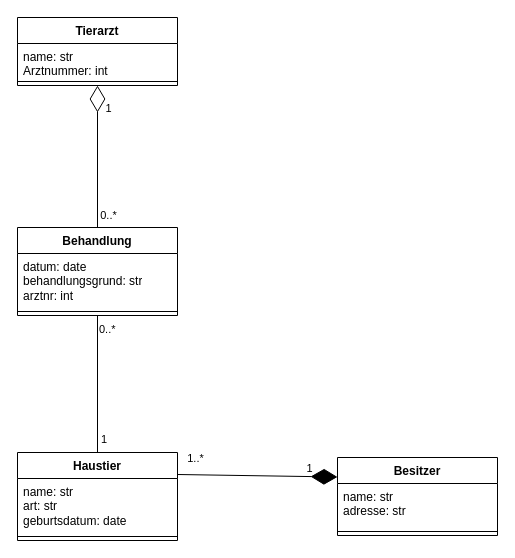
This is AufgabeTierarztKH05_08_25.drawio from Odin2325/TQ5Juli, a draw.io file, before an edit. Source tidied: cells renumbered, new cells numbered last; positions are measured from the earlier drawing's top-left corner, leaving out a move shared by most shapes. Both pictures are drawn from the tidied source at 100%, with x=0, y=0 at pixel (17, 17).
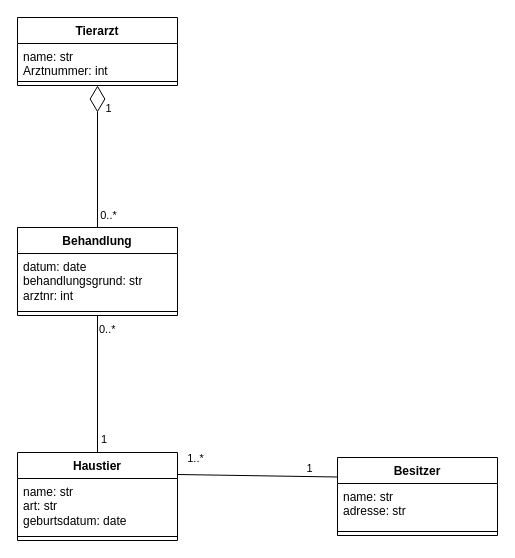
The same diagram, later.

Commit message:
Anpassung AufgabeTierarztKH05_08_25

Unchanged cells that the change refers to:
```xml
<mxCell id="8" value="Haustier" style="swimlane;fontStyle=1;align=center;verticalAlign=top;horizontal=1;startSize=26;whiteSpace=wrap;html=1;" parent="1" vertex="1">
  <mxGeometry y="435" width="160" height="88" as="geometry" />
</mxCell>
<mxCell id="11" value="Besitzer" style="swimlane;fontStyle=1;align=center;verticalAlign=top;horizontal=1;startSize=26;whiteSpace=wrap;html=1;" parent="1" vertex="1">
  <mxGeometry x="320" y="440" width="160" height="78" as="geometry" />
</mxCell>
```

The edit, as a diff of the source:
```diff
@@
-    <mxCell id="14" style="endArrow=diamondThin;endFill=1;endSize=24;html=1;rounded=0;exitX=1;exitY=0.25;exitDx=0;exitDy=0;entryX=0;entryY=0.25;entryDx=0;entryDy=0;" parent="1" edge="1" source="8" target="11">
+    <mxCell id="14" style="endArrow=none;endFill=0;endSize=24;html=1;rounded=0;exitX=1;exitY=0.25;exitDx=0;exitDy=0;entryX=0;entryY=0.25;entryDx=0;entryDy=0;" parent="1" edge="1" source="8" target="11">
       <mxGeometry relative="1" as="geometry" />
     </mxCell>
```
